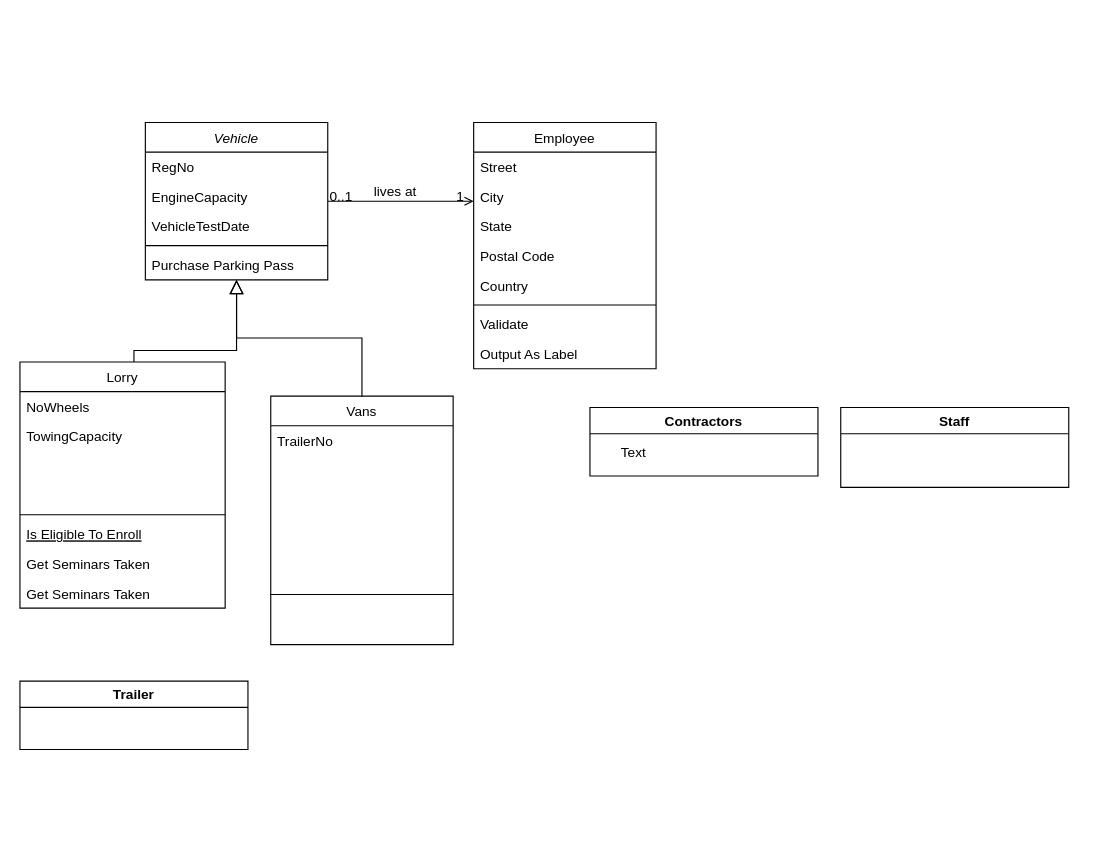
Before: Untitled Diagram.drawio in Nyamzwambugu/cousera-tester, a draw.io diagram. Source tidied: cells renumbered, new cells numbered last; positions are measured from the earlier drawing's top-left corner, leaving out a move shared by most shapes. Both pictures are drawn from the tidied source at 114%, with x=0, y=0 at pixel (19, 122).
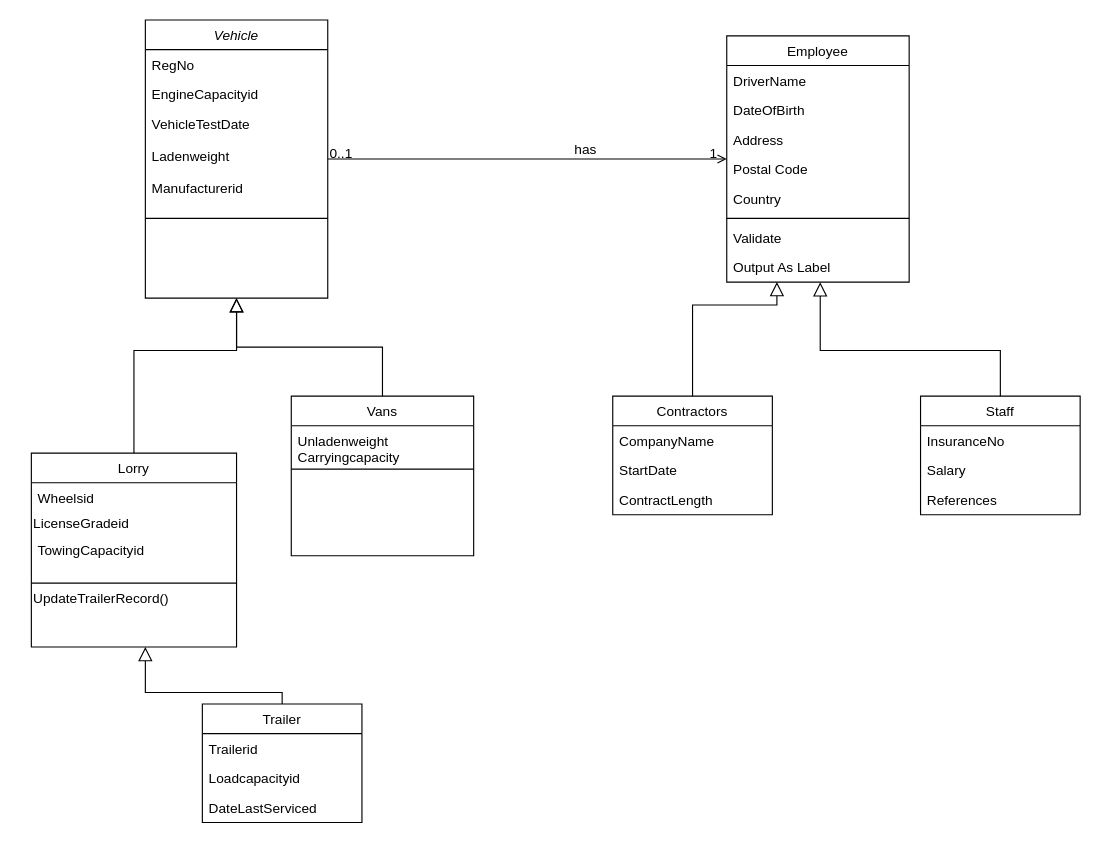
Above is the later version.

The change refers to these unchanged cells:
```xml
<mxCell id="28" value="Output As Label" style="text;align=left;verticalAlign=top;spacingLeft=4;spacingRight=4;overflow=hidden;points=[[0,0.5],[1,0.5]];portConstraint=eastwest;" parent="20" vertex="1">
  <mxGeometry y="190" width="160" height="26" as="geometry" />
</mxCell>
<mxCell id="29" style="endArrow=open;shadow=0;strokeWidth=1;rounded=0;endFill=1;edgeStyle=elbowEdgeStyle;elbow=vertical;" parent="1" edge="1" source="2" target="20">
  <mxGeometry x="0.5" y="41" relative="1" as="geometry">
    <mxPoint x="-40" y="32" as="offset" />
  </mxGeometry>
</mxCell>
```

What changed in the source:
```diff
@@
     <mxCell id="2" value="Vehicle" style="swimlane;fontStyle=2;align=center;verticalAlign=top;horizontal=1;startSize=26;rounded=0;shadow=0;strokeWidth=1;" parent="1" vertex="1">
-      <mxGeometry x="110" width="160" height="138" as="geometry" />
+      <mxGeometry x="110" y="-90" width="160" height="244" as="geometry" />
     </mxCell>
@@
-    <mxCell id="4" value="EngineCapacity" style="text;align=left;verticalAlign=top;spacingLeft=4;spacingRight=4;overflow=hidden;rounded=0;shadow=0;html=0;" parent="2" vertex="1">
+    <mxCell id="4" value="EngineCapacityid" style="text;align=left;verticalAlign=top;spacingLeft=4;spacingRight=4;overflow=hidden;rounded=0;shadow=0;html=0;" parent="2" vertex="1">
       <mxGeometry y="52" width="160" height="26" as="geometry" />
     </mxCell>
-    <mxCell id="5" value="VehicleTestDate" style="text;align=left;verticalAlign=top;spacingLeft=4;spacingRight=4;overflow=hidden;rounded=0;shadow=0;html=0;" parent="2" vertex="1">
-      <mxGeometry y="78" width="160" height="26" as="geometry" />
+    <mxCell id="5" value="VehicleTestDate&#10;&#10;Ladenweight&#10;&#10;Manufacturerid" style="text;align=left;verticalAlign=top;spacingLeft=4;spacingRight=4;overflow=hidden;rounded=0;shadow=0;html=0;" parent="2" vertex="1">
+      <mxGeometry y="78" width="160" height="92" as="geometry" />
     </mxCell>
     <mxCell id="6" style="line;html=1;strokeWidth=1;align=left;verticalAlign=middle;spacingTop=-1;spacingLeft=3;spacingRight=3;labelPosition=right;" parent="2" vertex="1">
-      <mxGeometry y="104" width="160" height="8" as="geometry" />
+      <mxGeometry y="170" width="160" height="8" as="geometry" />
     </mxCell>
-    <mxCell id="7" value="Purchase Parking Pass" style="text;align=left;verticalAlign=top;spacingLeft=4;spacingRight=4;overflow=hidden;" parent="2" vertex="1">
-      <mxGeometry y="112" width="160" height="26" as="geometry" />
-    </mxCell>
     <mxCell id="8" value="Lorry" style="swimlane;fontStyle=0;align=center;verticalAlign=top;horizontal=1;startSize=26;rounded=0;shadow=0;strokeWidth=1;" parent="1" vertex="1">
-      <mxGeometry y="210" width="180" height="216" as="geometry" />
+      <mxGeometry x="10" y="290" width="180" height="170" as="geometry" />
     </mxCell>
-    <mxCell id="9" value="NoWheels" style="text;align=left;verticalAlign=top;spacingLeft=4;spacingRight=4;overflow=hidden;" parent="8" vertex="1">
+    <mxCell id="9" value="Wheelsid" style="text;align=left;verticalAlign=top;spacingLeft=4;spacingRight=4;overflow=hidden;" parent="8" vertex="1">
       <mxGeometry y="26" width="180" height="26" as="geometry" />
     </mxCell>
+    <mxCell id="37" value="LicenseGradeid" style="text;html=1;align=left;verticalAlign=middle;fillColor=none;strokeColor=none;rounded=0;" parent="8" vertex="1">
+      <mxGeometry y="52" width="180" height="20" as="geometry" />
+    </mxCell>
-    <mxCell id="10" value="TowingCapacity&#10;" style="text;align=left;verticalAlign=top;spacingLeft=4;spacingRight=4;overflow=hidden;rounded=0;shadow=0;html=0;" parent="8" vertex="1">
-      <mxGeometry y="52" width="180" height="78" as="geometry" />
+    <mxCell id="10" value="TowingCapacityid&#10;" style="text;align=left;verticalAlign=top;spacingLeft=4;spacingRight=4;overflow=hidden;rounded=0;shadow=0;html=0;" parent="8" vertex="1">
+      <mxGeometry y="72" width="180" height="38" as="geometry" />
     </mxCell>
     <mxCell id="11" style="line;html=1;strokeWidth=1;align=left;verticalAlign=middle;spacingTop=-1;spacingLeft=3;spacingRight=3;labelPosition=right;" parent="8" vertex="1">
-      <mxGeometry y="130" width="180" height="8" as="geometry" />
+      <mxGeometry y="110" width="180" height="8" as="geometry" />
     </mxCell>
-    <mxCell id="12" value="Is Eligible To Enroll" style="text;align=left;verticalAlign=top;spacingLeft=4;spacingRight=4;overflow=hidden;fontStyle=4;" parent="8" vertex="1">
-      <mxGeometry y="138" width="180" height="26" as="geometry" />
-    </mxCell>
-    <mxCell id="13" value="Get Seminars Taken" style="text;align=left;verticalAlign=top;spacingLeft=4;spacingRight=4;overflow=hidden;" parent="8" vertex="1">
-      <mxGeometry y="164" width="180" height="26" as="geometry" />
-    </mxCell>
-    <mxCell id="14" value="Get Seminars Taken" style="text;align=left;verticalAlign=top;spacingLeft=4;spacingRight=4;overflow=hidden;" parent="8" vertex="1">
-      <mxGeometry y="190" width="180" height="26" as="geometry" />
-    </mxCell>
+    <mxCell id="38" value="UpdateTrailerRecord()" style="text;html=1;align=left;verticalAlign=middle;fillColor=none;strokeColor=none;rounded=0;" parent="8" vertex="1">
+      <mxGeometry y="118" width="180" height="20" as="geometry" />
+    </mxCell>
@@
     <mxCell id="16" value="Vans" style="swimlane;fontStyle=0;align=center;verticalAlign=top;horizontal=1;startSize=26;rounded=0;shadow=0;strokeWidth=1;" parent="1" vertex="1">
-      <mxGeometry x="220" y="240" width="160" height="218" as="geometry" />
+      <mxGeometry x="238" y="240" width="160" height="140" as="geometry" />
     </mxCell>
-    <mxCell id="17" value="TrailerNo&#10;" style="text;align=left;verticalAlign=top;spacingLeft=4;spacingRight=4;overflow=hidden;" parent="16" vertex="1">
-      <mxGeometry y="26" width="160" height="144" as="geometry" />
+    <mxCell id="17" value="Unladenweight&#10;Carryingcapacity" style="text;align=left;verticalAlign=top;spacingLeft=4;spacingRight=4;overflow=hidden;" parent="16" vertex="1">
+      <mxGeometry y="26" width="160" height="34" as="geometry" />
     </mxCell>
     <mxCell id="18" style="line;html=1;strokeWidth=1;align=left;verticalAlign=middle;spacingTop=-1;spacingLeft=3;spacingRight=3;labelPosition=right;" parent="16" vertex="1">
-      <mxGeometry y="170" width="160" height="8" as="geometry" />
+      <mxGeometry y="60" width="160" height="8" as="geometry" />
     </mxCell>
@@
     <mxCell id="20" value="Employee" style="swimlane;fontStyle=0;align=center;verticalAlign=top;horizontal=1;startSize=26;rounded=0;shadow=0;strokeWidth=1;" parent="1" vertex="1">
-      <mxGeometry x="398" width="160" height="216" as="geometry" />
+      <mxGeometry x="620" y="-76" width="160" height="216" as="geometry" />
     </mxCell>
-    <mxCell id="21" value="Street" style="text;align=left;verticalAlign=top;spacingLeft=4;spacingRight=4;overflow=hidden;" parent="20" vertex="1">
+    <mxCell id="21" value="DriverName" style="text;align=left;verticalAlign=top;spacingLeft=4;spacingRight=4;overflow=hidden;" parent="20" vertex="1">
       <mxGeometry y="26" width="160" height="26" as="geometry" />
     </mxCell>
-    <mxCell id="22" value="City" style="text;align=left;verticalAlign=top;spacingLeft=4;spacingRight=4;overflow=hidden;rounded=0;shadow=0;html=0;" parent="20" vertex="1">
+    <mxCell id="22" value="DateOfBirth" style="text;align=left;verticalAlign=top;spacingLeft=4;spacingRight=4;overflow=hidden;rounded=0;shadow=0;html=0;" parent="20" vertex="1">
       <mxGeometry y="52" width="160" height="26" as="geometry" />
     </mxCell>
-    <mxCell id="23" value="State" style="text;align=left;verticalAlign=top;spacingLeft=4;spacingRight=4;overflow=hidden;rounded=0;shadow=0;html=0;" parent="20" vertex="1">
+    <mxCell id="23" value="Address" style="text;align=left;verticalAlign=top;spacingLeft=4;spacingRight=4;overflow=hidden;rounded=0;shadow=0;html=0;" parent="20" vertex="1">
       <mxGeometry y="78" width="160" height="26" as="geometry" />
     </mxCell>
@@
-    <mxCell id="32" value="lives at" style="text;html=1;align=center;verticalAlign=middle;labelBackgroundColor=none;rounded=0;shadow=0;strokeWidth=1;fontSize=12;" parent="29" vertex="1">
+    <mxCell id="32" value="has" style="text;html=1;align=center;verticalAlign=middle;labelBackgroundColor=none;rounded=0;shadow=0;strokeWidth=1;fontSize=12;" parent="29" vertex="1">
       <mxGeometry x="0.5" y="49" relative="1" as="geometry">
         <mxPoint x="-38" y="40" as="offset" />
       </mxGeometry>
     </mxCell>
+    <mxCell id="35" value="Trailer" style="swimlane;fontStyle=0;horizontal=1;startSize=26;fillColor=none;" parent="1" vertex="1">
+      <mxGeometry x="160" y="510" width="140" height="104" as="geometry" />
+    </mxCell>
+    <mxCell id="39" value="Trailerid" style="text;strokeColor=none;fillColor=none;align=left;verticalAlign=top;spacingLeft=4;spacingRight=4;overflow=hidden;" parent="35" vertex="1">
+      <mxGeometry y="26" width="140" height="26" as="geometry" />
+    </mxCell>
+    <mxCell id="40" value="Loadcapacityid" style="text;strokeColor=none;fillColor=none;align=left;verticalAlign=top;spacingLeft=4;spacingRight=4;overflow=hidden;" parent="35" vertex="1">
+      <mxGeometry y="52" width="140" height="26" as="geometry" />
+    </mxCell>
+    <mxCell id="41" value="DateLastServiced" style="text;strokeColor=none;fillColor=none;align=left;verticalAlign=top;spacingLeft=4;spacingRight=4;overflow=hidden;" parent="35" vertex="1">
+      <mxGeometry y="78" width="140" height="26" as="geometry" />
+    </mxCell>
-    <mxCell id="33" value="Contractors" style="swimlane;" parent="1" vertex="1">
-      <mxGeometry x="500" y="250" width="200" height="60" as="geometry" />
+    <mxCell id="33" value="Contractors" style="swimlane;fontStyle=0;horizontal=1;startSize=26;fillColor=none;" parent="1" vertex="1">
+      <mxGeometry x="520" y="240" width="140" height="104" as="geometry" />
     </mxCell>
-    <mxCell id="34" value="Text" style="text;html=1;align=center;verticalAlign=middle;fillColor=none;strokeColor=none;rounded=0;" parent="33" vertex="1">
-      <mxGeometry x="18" y="30" width="40" height="20" as="geometry" />
-    </mxCell>
-    <mxCell id="35" value="Trailer" style="swimlane;" parent="1" vertex="1">
-      <mxGeometry y="490" width="200" height="60" as="geometry" />
-    </mxCell>
+    <mxCell id="42" value="CompanyName" style="text;strokeColor=none;fillColor=none;align=left;verticalAlign=top;spacingLeft=4;spacingRight=4;overflow=hidden;" parent="33" vertex="1">
+      <mxGeometry y="26" width="140" height="26" as="geometry" />
+    </mxCell>
+    <mxCell id="43" value="StartDate" style="text;strokeColor=none;fillColor=none;align=left;verticalAlign=top;spacingLeft=4;spacingRight=4;overflow=hidden;" parent="33" vertex="1">
+      <mxGeometry y="52" width="140" height="26" as="geometry" />
+    </mxCell>
+    <mxCell id="44" value="ContractLength" style="text;strokeColor=none;fillColor=none;align=left;verticalAlign=top;spacingLeft=4;spacingRight=4;overflow=hidden;" parent="33" vertex="1">
+      <mxGeometry y="78" width="140" height="26" as="geometry" />
+    </mxCell>
-    <mxCell id="36" value="Staff" style="swimlane;" parent="1" vertex="1">
-      <mxGeometry x="720" y="250" width="200" height="70" as="geometry" />
+    <mxCell id="36" value="Staff" style="swimlane;fontStyle=0;horizontal=1;startSize=26;fillColor=none;" parent="1" vertex="1">
+      <mxGeometry x="790" y="240" width="140" height="104" as="geometry" />
     </mxCell>
+    <mxCell id="45" value="InsuranceNo" style="text;strokeColor=none;fillColor=none;align=left;verticalAlign=top;spacingLeft=4;spacingRight=4;overflow=hidden;" parent="36" vertex="1">
+      <mxGeometry y="26" width="140" height="26" as="geometry" />
+    </mxCell>
+    <mxCell id="46" value="Salary" style="text;strokeColor=none;fillColor=none;align=left;verticalAlign=top;spacingLeft=4;spacingRight=4;overflow=hidden;" parent="36" vertex="1">
+      <mxGeometry y="52" width="140" height="26" as="geometry" />
+    </mxCell>
+    <mxCell id="47" value="References" style="text;strokeColor=none;fillColor=none;align=left;verticalAlign=top;spacingLeft=4;spacingRight=4;overflow=hidden;" parent="36" vertex="1">
+      <mxGeometry y="78" width="140" height="26" as="geometry" />
+    </mxCell>
+    <mxCell id="48" style="endArrow=block;endSize=10;endFill=0;shadow=0;strokeWidth=1;rounded=0;edgeStyle=elbowEdgeStyle;elbow=vertical;exitX=0.5;exitY=0;exitDx=0;exitDy=0;" parent="1" edge="1" source="35">
+      <mxGeometry relative="1" as="geometry">
+        <mxPoint x="110" y="460" as="targetPoint" />
+        <Array as="points">
+          <mxPoint x="180" y="500" />
+        </Array>
+      </mxGeometry>
+    </mxCell>
+    <mxCell id="49" style="endArrow=block;endSize=10;endFill=0;shadow=0;strokeWidth=1;rounded=0;edgeStyle=elbowEdgeStyle;elbow=vertical;exitX=0.5;exitY=0;exitDx=0;exitDy=0;entryX=0.275;entryY=0.992;entryDx=0;entryDy=0;entryPerimeter=0;" parent="1" edge="1" source="33" target="28">
+      <mxGeometry relative="1" as="geometry">
+        <Array as="points">
+          <mxPoint x="650" y="160" />
+          <mxPoint x="700" y="150" />
+          <mxPoint x="630" y="220" />
+        </Array>
+      </mxGeometry>
+    </mxCell>
+    <mxCell id="50" style="endArrow=block;endSize=10;endFill=0;shadow=0;strokeWidth=1;rounded=0;edgeStyle=elbowEdgeStyle;elbow=vertical;" parent="1" edge="1" source="36">
+      <mxGeometry relative="1" as="geometry">
+        <mxPoint x="702" y="140" as="targetPoint" />
+        <Array as="points">
+          <mxPoint x="400" y="200" />
+        </Array>
+      </mxGeometry>
+    </mxCell>
```
